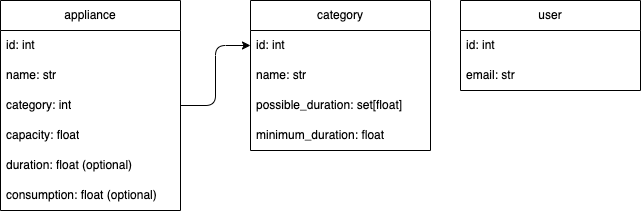
The draw.io diagram docs/datamodel.png in victorduthoit/wattsup, before a commit. Source tidied: cells renumbered, new cells last; positions are measured from the earlier drawing's top-left corner, leaving out a move shared by most shapes.
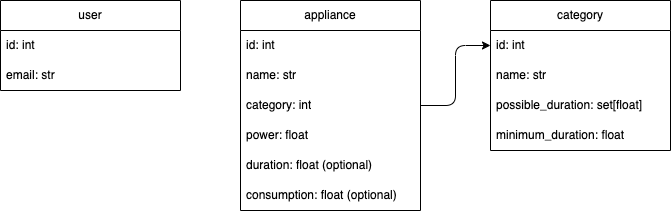
The same diagram one commit later.

Commit message:
docs: :memo: change appliance attribute "capacity" for "power" in docs

Change to the diagram source:
```diff
@@ -14,7 +14,7 @@
     <mxCell id="5" value="category: int" style="text;strokeColor=none;fillColor=none;align=left;verticalAlign=middle;spacingLeft=4;spacingRight=4;overflow=hidden;points=[[0,0.5],[1,0.5]];portConstraint=eastwest;whiteSpace=wrap;html=1;" parent="2" vertex="1">
       <mxGeometry y="90" width="180" height="30" as="geometry" />
     </mxCell>
-    <mxCell id="6" value="capacity: float" style="text;strokeColor=none;fillColor=none;align=left;verticalAlign=middle;spacingLeft=4;spacingRight=4;overflow=hidden;whiteSpace=wrap;html=1;" parent="2" vertex="1">
+    <mxCell id="6" value="power: float" style="text;strokeColor=none;fillColor=none;align=left;verticalAlign=middle;spacingLeft=4;spacingRight=4;overflow=hidden;whiteSpace=wrap;html=1;" parent="2" vertex="1">
       <mxGeometry y="120" width="180" height="30" as="geometry" />
     </mxCell>
     <mxCell id="7" value="duration: float (optional)" style="text;strokeColor=none;fillColor=none;align=left;verticalAlign=middle;spacingLeft=4;spacingRight=4;overflow=hidden;whiteSpace=wrap;html=1;" parent="2" vertex="1">
@@ -42,7 +42,7 @@
       <mxGeometry relative="1" as="geometry" />
     </mxCell>
     <mxCell id="15" value="user" style="swimlane;fontStyle=0;horizontal=1;startSize=30;whiteSpace=wrap;html=1;" parent="1" vertex="1">
-      <mxGeometry x="460" width="180" height="90" as="geometry" />
+      <mxGeometry x="-240" width="180" height="90" as="geometry" />
     </mxCell>
     <mxCell id="16" value="id: int" style="text;strokeColor=none;fillColor=none;align=left;verticalAlign=middle;spacingLeft=4;spacingRight=4;overflow=hidden;whiteSpace=wrap;html=1;" parent="15" vertex="1">
       <mxGeometry y="30" width="180" height="30" as="geometry" />
```
